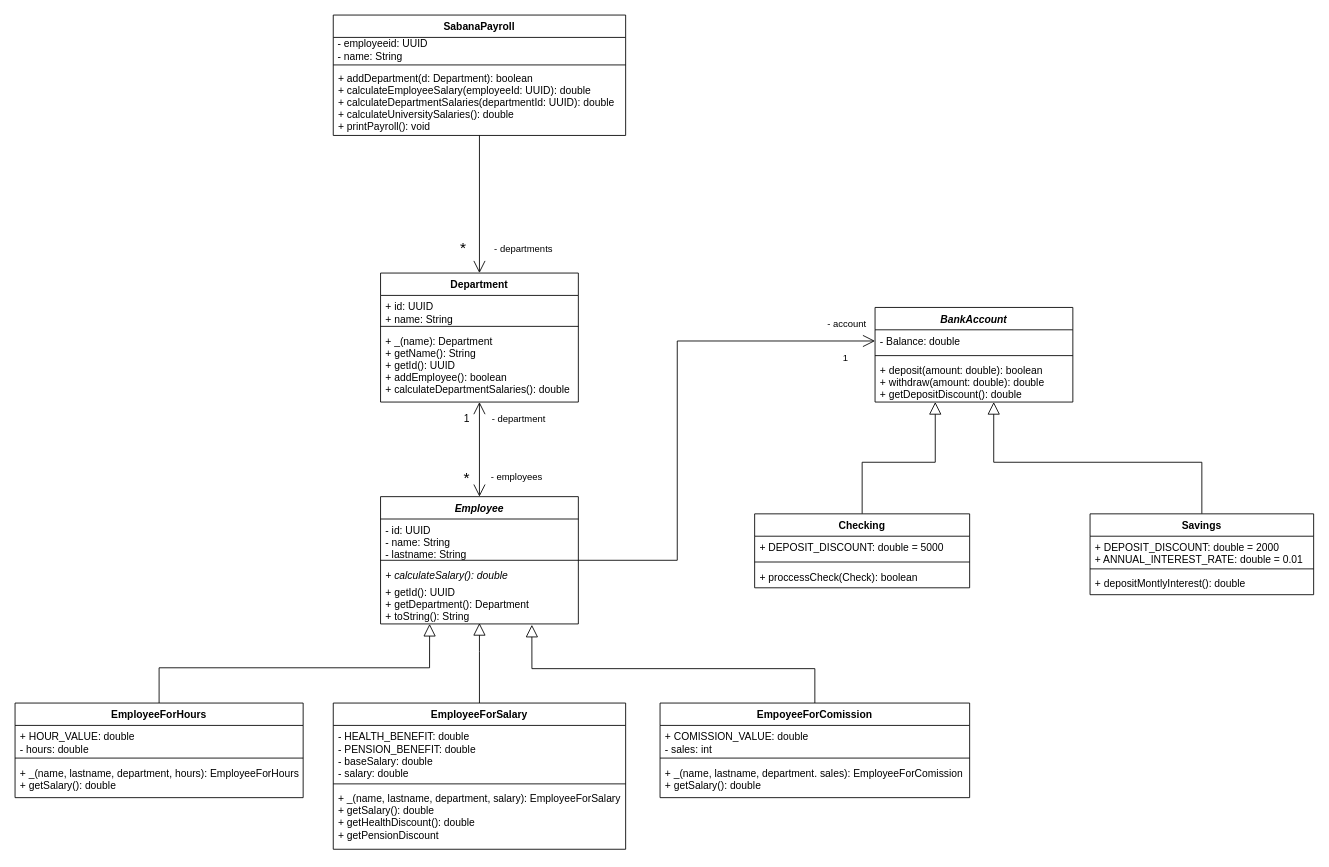
Before: diagrams/sabanapayroll-class-diagram.drawio in Cafeleyos/MUNOZ-SANTOS-SABANA-POOB-2021-1-LAB-ABSTRACT-CLASS, a draw.io diagram. Source tidied: cells renumbered, new cells numbered last; positions are measured from the earlier drawing's top-left corner, leaving out a move shared by most shapes. Both pictures are drawn from the tidied source at 86%, with x=0, y=0 at pixel (15, 15).
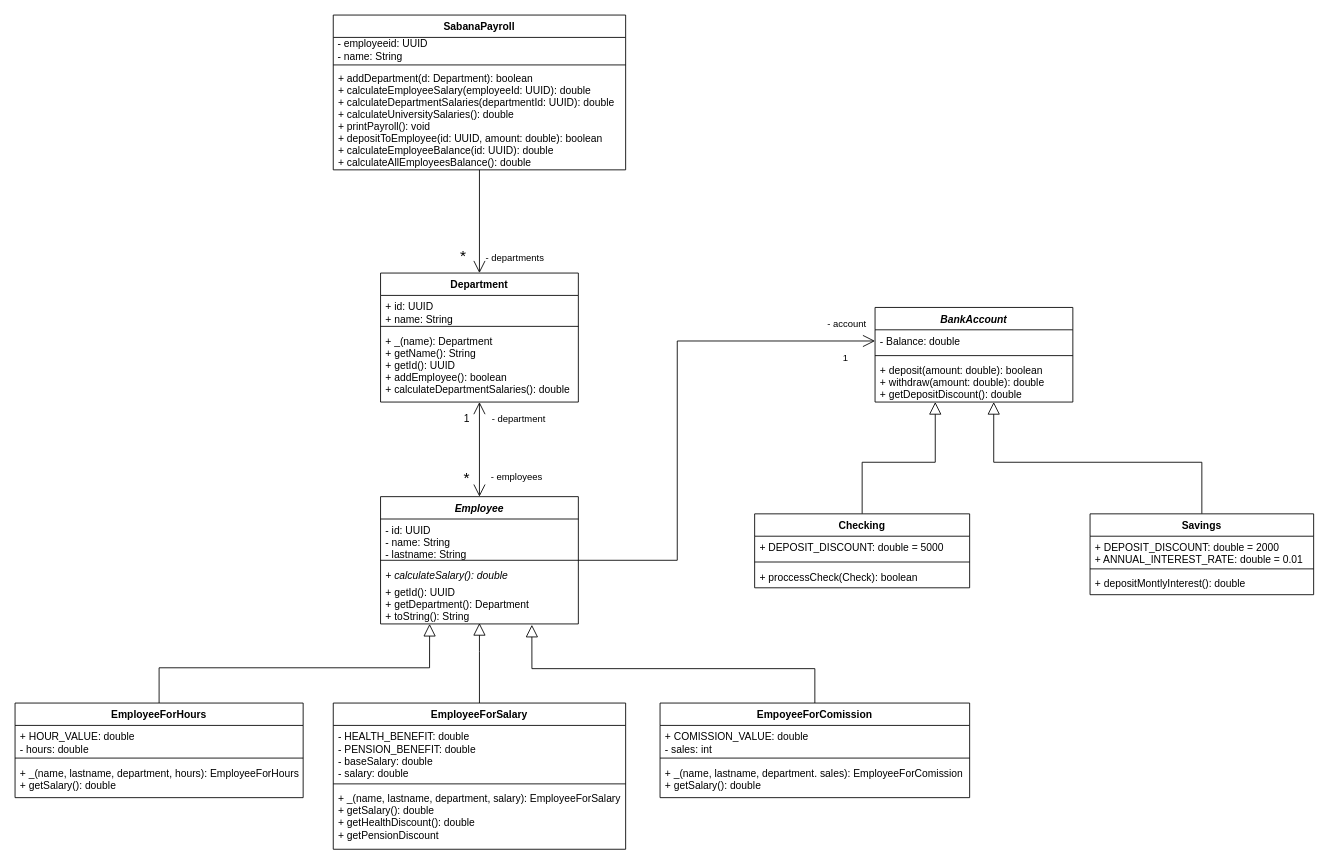
The same diagram, later.

Unchanged cells that the change refers to:
```xml
<mxCell id="2" style="edgeStyle=orthogonalEdgeStyle;rounded=0;jettySize=auto;html=1;entryX=0.5;entryY=0;entryDx=0;entryDy=0;endArrow=open;endFill=0;endSize=12;" parent="1" edge="1" source="5" target="10">
  <mxGeometry relative="1" as="geometry" />
</mxCell>
```

What changed in the source:
```diff
@@
     <mxCell id="3" value="*" style="edgeLabel;html=1;align=center;verticalAlign=middle;fontSize=18;" parent="2" vertex="1">
       <mxGeometry x="-0.24" y="1" relative="1" as="geometry">
-        <mxPoint x="-21" y="69" as="offset" />
+        <mxPoint x="-21" y="54" as="offset" />
       </mxGeometry>
     </mxCell>
     <mxCell id="4" value="&lt;font style=&quot;font-size: 11px&quot;&gt;- departments&lt;/font&gt;" style="edgeLabel;html=1;align=center;verticalAlign=middle;fontSize=18;" parent="2" vertex="1">
       <mxGeometry x="-0.37" y="1" relative="1" as="geometry">
-        <mxPoint x="49" y="79" as="offset" />
+        <mxPoint x="39" y="62" as="offset" />
       </mxGeometry>
     </mxCell>
     <mxCell id="5" value="SabanaPayroll" style="swimlane;fontStyle=1;align=center;verticalAlign=top;horizontal=1;startSize=26;" parent="1" vertex="1">
-      <mxGeometry x="370" width="340" height="140" as="geometry" />
+      <mxGeometry x="370" width="340" height="180" as="geometry" />
     </mxCell>
@@
-    <mxCell id="8" value="+ addDepartment(d: Department): boolean&#10;+ calculateEmployeeSalary(employeeId: UUID): double&#10;+ calculateDepartmentSalaries(departmentId: UUID): double&#10;+ calculateUniversitySalaries(): double&#10;+ printPayroll(): void&#10;" style="text;strokeColor=none;fillColor=none;align=left;verticalAlign=top;spacingLeft=4;spacingRight=4;overflow=hidden;" parent="5" vertex="1">
-      <mxGeometry y="60" width="340" height="80" as="geometry" />
+    <mxCell id="8" value="+ addDepartment(d: Department): boolean&#10;+ calculateEmployeeSalary(employeeId: UUID): double&#10;+ calculateDepartmentSalaries(departmentId: UUID): double&#10;+ calculateUniversitySalaries(): double&#10;+ printPayroll(): void&#10;+ depositToEmployee(id: UUID, amount: double): boolean&#10;+ calculateEmployeeBalance(id: UUID): double&#10;+ calculateAllEmployeesBalance(): double" style="text;strokeColor=none;fillColor=none;align=left;verticalAlign=top;spacingLeft=4;spacingRight=4;overflow=hidden;" parent="5" vertex="1">
+      <mxGeometry y="60" width="340" height="120" as="geometry" />
     </mxCell>
```
